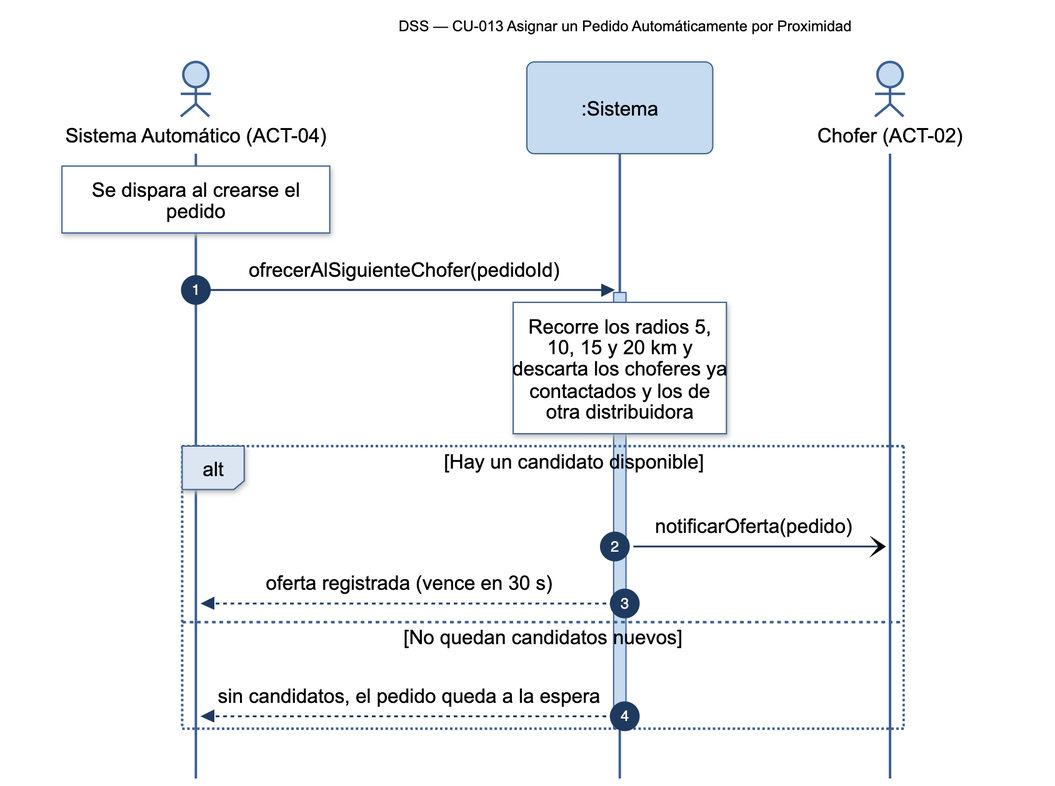
Before: diagramas/png/DSS_CU-013_Asignar-un-Pedido-Automaticamente-por-Proximidad.png, a diagram exported from Mermaid (Nahuelito-Dev/splg-docs). Its source is kept beside it as diagramas/DSS_CU-013_Asignar-un-Pedido-Automaticamente-por-Proximidad.mmd. Its diagram source:
```mermaid
sequenceDiagram
    title DSS — CU-013 Asignar un Pedido Automáticamente por Proximidad
    autonumber
    actor SAU as Sistema Automático (ACT-04)
    participant SIS as :Sistema
    actor CHO as Chofer (ACT-02)

    Note over SAU: Se dispara al crearse el<br/>pedido
    SAU->>SIS: ofrecerAlSiguienteChofer(pedidoId)
    activate SIS
    Note over SIS: Recorre los radios 5,<br/>10, 15 y 20 km y<br/>descarta los choferes ya<br/>contactados y los de<br/>otra distribuidora
    alt Hay un candidato disponible
        SIS-)CHO: notificarOferta(pedido)
        SIS-->>SAU: oferta registrada (vence en 30 s)
    else No quedan candidatos nuevos
        SIS-->>SAU: sin candidatos, el pedido queda a la espera
    end
    deactivate SIS
```
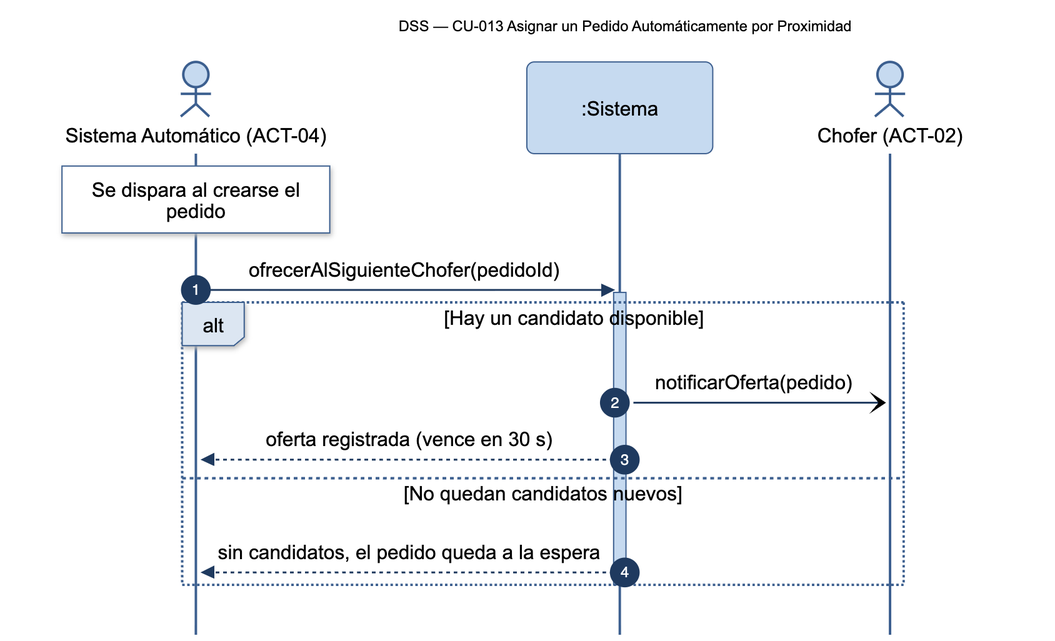
The same file after the commit.

The edit, as a diff of the source:
```diff
@@ -8,7 +8,6 @@
     Note over SAU: Se dispara al crearse el<br/>pedido
     SAU->>SIS: ofrecerAlSiguienteChofer(pedidoId)
     activate SIS
-    Note over SIS: Recorre los radios 5,<br/>10, 15 y 20 km y<br/>descarta los choferes ya<br/>contactados y los de<br/>otra distribuidora
     alt Hay un candidato disponible
         SIS-)CHO: notificarOferta(pedido)
         SIS-->>SAU: oferta registrada (vence en 30 s)
```
